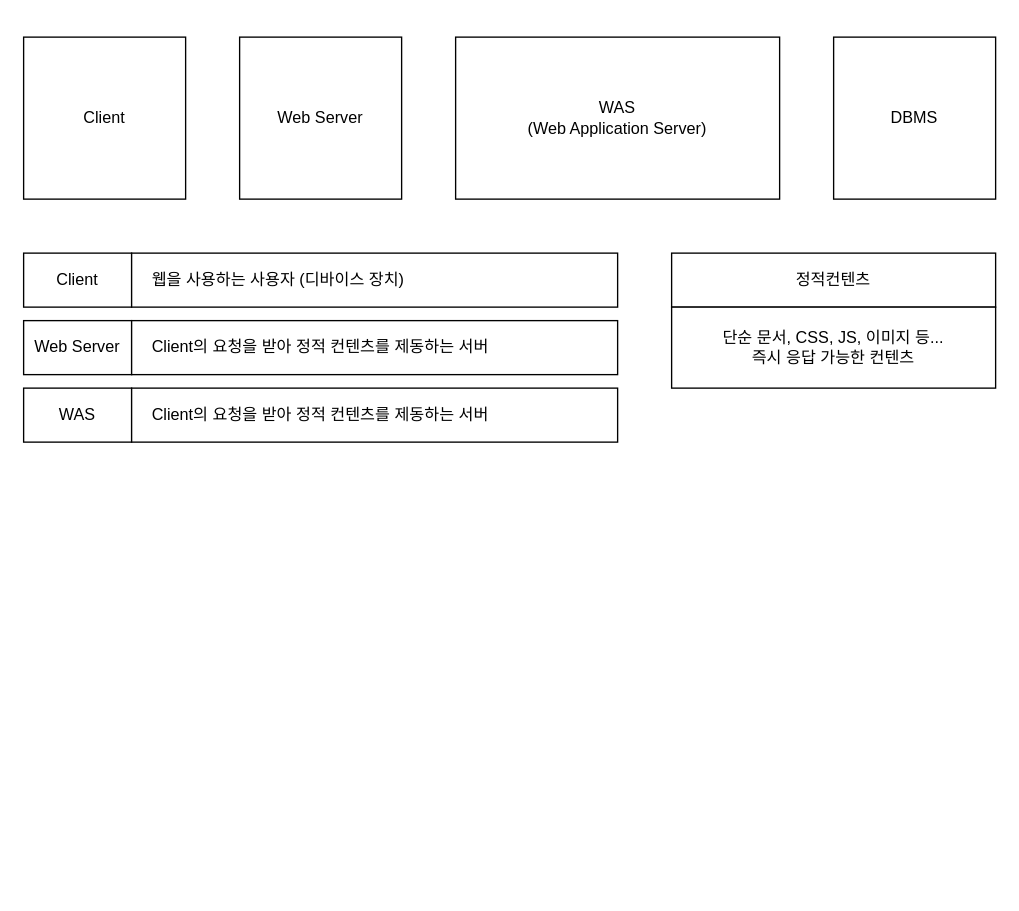
Earlier version of the draw.io diagram Drawio/SERVLET/01_Web Server Archeitecture.drawio (simsim916/JavaWebStudy). Source tidied: cells renumbered, new cells numbered last; positions are measured from the earlier drawing's top-left corner, leaving out a move shared by most shapes. Both pictures are drawn from the tidied source at 135%, with x=0, y=0 at pixel (23, 36).
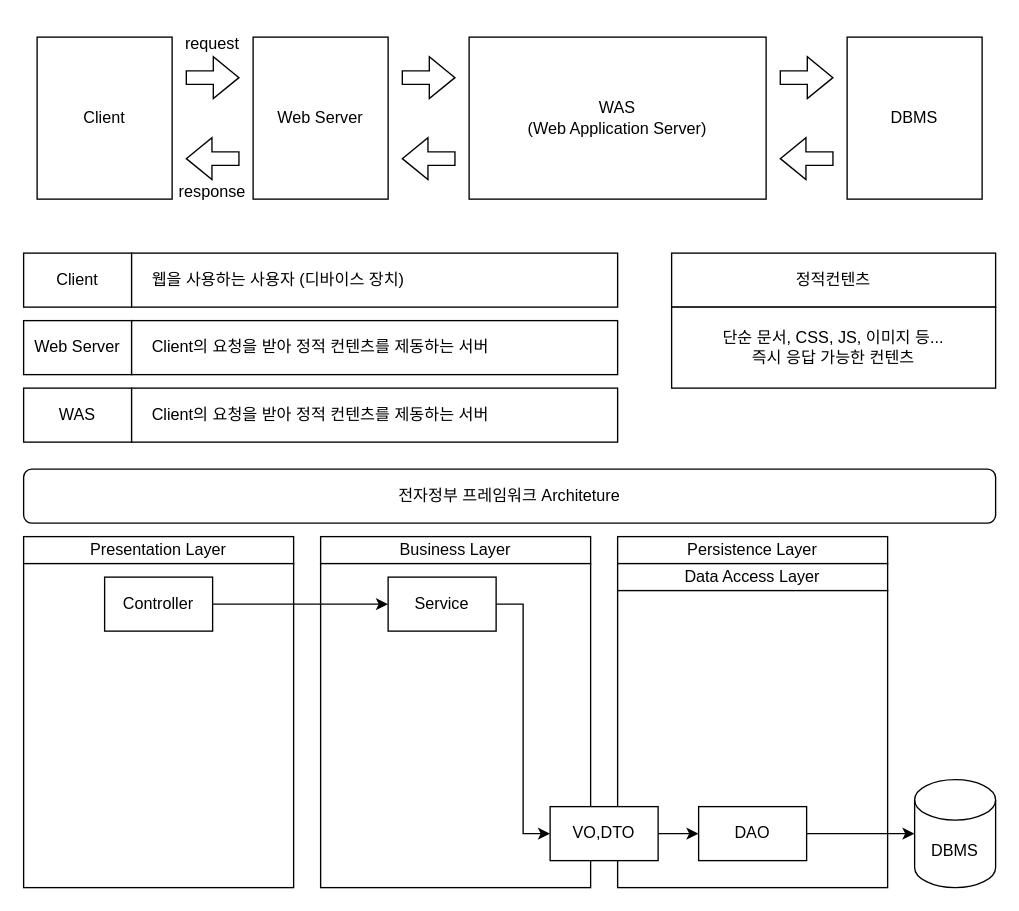
The same diagram, later.

The edit, as a diff of the source:
```diff
@@
     <mxCell id="2" value="Web Server" style="rounded=0;whiteSpace=wrap;html=1;fontFamily=a고딕14;" parent="1" vertex="1">
-      <mxGeometry x="160" width="120" height="120" as="geometry" />
+      <mxGeometry x="170" width="100" height="120" as="geometry" />
     </mxCell>
     <mxCell id="3" value="WAS&lt;br&gt;(Web Application Server)" style="rounded=0;whiteSpace=wrap;html=1;fontFamily=a고딕14;" parent="1" vertex="1">
-      <mxGeometry x="320" width="240" height="120" as="geometry" />
+      <mxGeometry x="330" width="220" height="120" as="geometry" />
     </mxCell>
     <mxCell id="4" value="DBMS" style="rounded=0;whiteSpace=wrap;html=1;fontFamily=a고딕14;" parent="1" vertex="1">
-      <mxGeometry x="600" width="120" height="120" as="geometry" />
+      <mxGeometry x="610" width="100" height="120" as="geometry" />
     </mxCell>
     <mxCell id="5" value="Client" style="rounded=0;whiteSpace=wrap;html=1;fontFamily=a고딕14;" parent="1" vertex="1">
-      <mxGeometry width="120" height="120" as="geometry" />
+      <mxGeometry x="10" width="100" height="120" as="geometry" />
     </mxCell>
@@
+    <mxCell id="14" style="shape=flexArrow;endArrow=classic;html=1;rounded=0;" parent="1" edge="1">
+      <mxGeometry relative="1" as="geometry">
+        <mxPoint x="120" y="30" as="sourcePoint" />
+        <mxPoint x="160" y="30" as="targetPoint" />
+      </mxGeometry>
+    </mxCell>
+    <mxCell id="15" style="shape=flexArrow;endArrow=classic;html=1;rounded=0;" parent="1" edge="1">
+      <mxGeometry relative="1" as="geometry">
+        <mxPoint x="280" y="30" as="sourcePoint" />
+        <mxPoint x="320" y="30" as="targetPoint" />
+      </mxGeometry>
+    </mxCell>
+    <mxCell id="16" style="shape=flexArrow;endArrow=classic;html=1;rounded=0;" parent="1" edge="1">
+      <mxGeometry relative="1" as="geometry">
+        <mxPoint x="560" y="30" as="sourcePoint" />
+        <mxPoint x="600" y="30" as="targetPoint" />
+      </mxGeometry>
+    </mxCell>
+    <mxCell id="17" style="shape=flexArrow;endArrow=classic;html=1;rounded=0;" parent="1" edge="1">
+      <mxGeometry relative="1" as="geometry">
+        <mxPoint x="600" y="90" as="sourcePoint" />
+        <mxPoint x="560" y="90" as="targetPoint" />
+      </mxGeometry>
+    </mxCell>
+    <mxCell id="18" style="shape=flexArrow;endArrow=classic;html=1;rounded=0;" parent="1" edge="1">
+      <mxGeometry relative="1" as="geometry">
+        <mxPoint x="320" y="90" as="sourcePoint" />
+        <mxPoint x="280" y="90" as="targetPoint" />
+      </mxGeometry>
+    </mxCell>
+    <mxCell id="19" style="shape=flexArrow;endArrow=classic;html=1;rounded=0;" parent="1" edge="1">
+      <mxGeometry relative="1" as="geometry">
+        <mxPoint x="160" y="90" as="sourcePoint" />
+        <mxPoint x="120" y="90" as="targetPoint" />
+      </mxGeometry>
+    </mxCell>
+    <mxCell id="20" value="request" style="text;strokeColor=none;align=center;fillColor=none;html=1;verticalAlign=middle;whiteSpace=wrap;rounded=0;fontFamily=a고딕14;" parent="1" vertex="1">
+      <mxGeometry x="110" y="-10" width="60" height="30" as="geometry" />
+    </mxCell>
+    <mxCell id="21" value="response" style="text;strokeColor=none;align=center;fillColor=none;html=1;verticalAlign=middle;whiteSpace=wrap;rounded=0;fontFamily=a고딕14;" parent="1" vertex="1">
+      <mxGeometry x="110" y="100" width="60" height="30" as="geometry" />
+    </mxCell>
+    <mxCell id="22" value="Presentation Layer" style="rounded=0;whiteSpace=wrap;html=1;fontFamily=a고딕14;" parent="1" vertex="1">
+      <mxGeometry y="370" width="200" height="20" as="geometry" />
+    </mxCell>
+    <mxCell id="23" value="Business Layer" style="rounded=0;whiteSpace=wrap;html=1;fontFamily=a고딕14;" parent="1" vertex="1">
+      <mxGeometry x="220" y="370" width="200" height="20" as="geometry" />
+    </mxCell>
+    <mxCell id="24" value="Persistence Layer" style="rounded=0;whiteSpace=wrap;html=1;fontFamily=a고딕14;" parent="1" vertex="1">
+      <mxGeometry x="440" y="370" width="200" height="20" as="geometry" />
+    </mxCell>
+    <mxCell id="25" value="Data Access Layer" style="rounded=0;whiteSpace=wrap;html=1;fontFamily=a고딕14;" parent="1" vertex="1">
+      <mxGeometry x="440" y="390" width="200" height="20" as="geometry" />
+    </mxCell>
+    <mxCell id="26" style="rounded=0;whiteSpace=wrap;html=1;" parent="1" vertex="1">
+      <mxGeometry y="390" width="200" height="240" as="geometry" />
+    </mxCell>
+    <mxCell id="27" style="rounded=0;whiteSpace=wrap;html=1;" parent="1" vertex="1">
+      <mxGeometry x="220" y="390" width="200" height="240" as="geometry" />
+    </mxCell>
+    <mxCell id="28" style="rounded=0;whiteSpace=wrap;html=1;" parent="1" vertex="1">
+      <mxGeometry x="440" y="410" width="200" height="220" as="geometry" />
+    </mxCell>
+    <mxCell id="29" value="전자정부 프레임워크 Architeture" style="rounded=1;whiteSpace=wrap;html=1;fontFamily=a고딕14;" parent="1" vertex="1">
+      <mxGeometry y="320" width="720" height="40" as="geometry" />
+    </mxCell>
+    <mxCell id="30" style="edgeStyle=orthogonalEdgeStyle;rounded=0;jettySize=auto;html=1;" parent="1" edge="1" source="31" target="33">
+      <mxGeometry relative="1" as="geometry" />
+    </mxCell>
+    <mxCell id="31" value="Controller" style="rounded=0;whiteSpace=wrap;html=1;fontFamily=a고딕14;" parent="1" vertex="1">
+      <mxGeometry x="60" y="400" width="80" height="40" as="geometry" />
+    </mxCell>
+    <mxCell id="32" style="edgeStyle=orthogonalEdgeStyle;rounded=0;jettySize=auto;html=1;entryX=0;entryY=0.5;entryDx=0;entryDy=0;" parent="1" edge="1" source="33" target="35">
+      <mxGeometry relative="1" as="geometry" />
+    </mxCell>
+    <mxCell id="33" value="Service" style="rounded=0;whiteSpace=wrap;html=1;fontFamily=a고딕14;" parent="1" vertex="1">
+      <mxGeometry x="270" y="400" width="80" height="40" as="geometry" />
+    </mxCell>
+    <mxCell id="34" style="edgeStyle=orthogonalEdgeStyle;rounded=0;jettySize=auto;html=1;" parent="1" edge="1" source="35" target="37">
+      <mxGeometry relative="1" as="geometry" />
+    </mxCell>
+    <mxCell id="35" value="VO,DTO" style="rounded=0;whiteSpace=wrap;html=1;fontFamily=a고딕14;" parent="1" vertex="1">
+      <mxGeometry x="390" y="570" width="80" height="40" as="geometry" />
+    </mxCell>
+    <mxCell id="36" style="edgeStyle=orthogonalEdgeStyle;rounded=0;jettySize=auto;html=1;" parent="1" edge="1" source="37" target="38">
+      <mxGeometry relative="1" as="geometry" />
+    </mxCell>
+    <mxCell id="37" value="DAO" style="rounded=0;whiteSpace=wrap;html=1;fontFamily=a고딕14;" parent="1" vertex="1">
+      <mxGeometry x="500" y="570" width="80" height="40" as="geometry" />
+    </mxCell>
+    <mxCell id="38" value="DBMS" style="shape=cylinder3;whiteSpace=wrap;html=1;boundedLbl=1;backgroundOutline=1;size=15;" parent="1" vertex="1">
+      <mxGeometry x="660" y="550" width="60" height="80" as="geometry" />
+    </mxCell>
```
